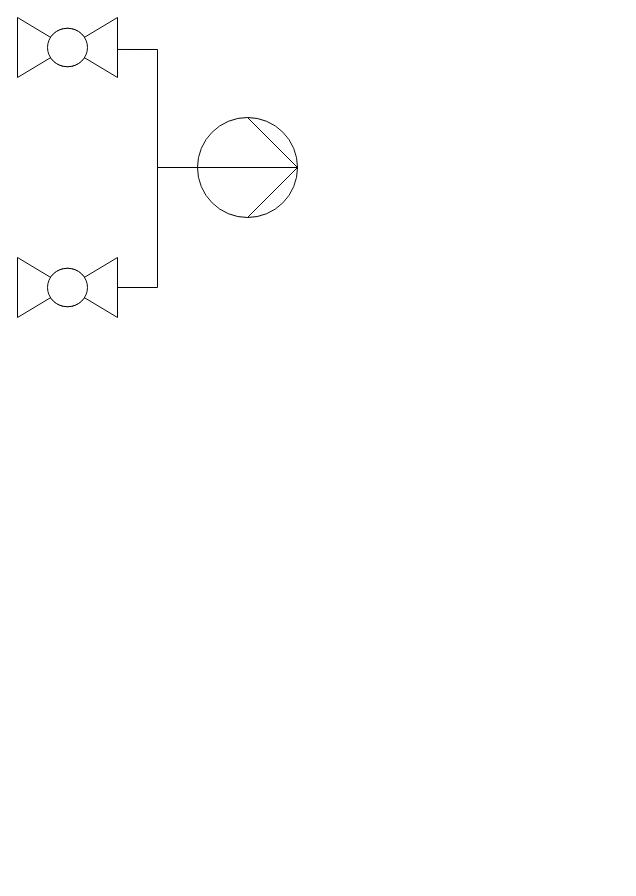
Above: Pool_V1.drawio in 100prznt/DrawIo (draw.io), before the change. Source tidied: cells renumbered, new cells numbered last; positions are measured from the earlier drawing's top-left corner, leaving out a move shared by most shapes. Both pictures are drawn from the tidied source at 100%, with x=0, y=0 at pixel (17, 17).
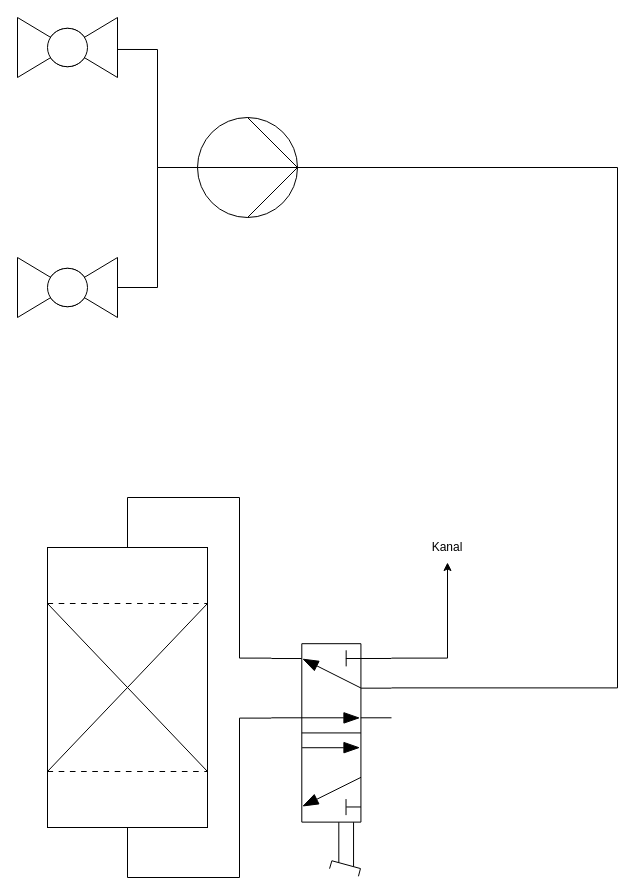
After the change.

The edit, as a diff of the source:
```diff
@@
 <mxGraphModel>
   <root>
     <mxCell id="0" />
     <mxCell id="1" parent="0" />
     <mxCell id="2" style="shape=mxgraph.pid.pumps_-_iso.pump_(centrifugal);html=1;align=center;verticalLabelPosition=bottom;verticalAlign=top;dashed=0;" parent="1" vertex="1">
       <mxGeometry x="180" y="100" width="100" height="100" as="geometry" />
     </mxCell>
     <mxCell id="3" style="verticalLabelPosition=bottom;align=center;html=1;verticalAlign=top;dashed=0;shape=mxgraph.pid2valves.valve;valveType=ball;" parent="1" vertex="1">
       <mxGeometry width="100" height="60" as="geometry" />
     </mxCell>
     <mxCell id="4" style="verticalLabelPosition=bottom;align=center;html=1;verticalAlign=top;dashed=0;shape=mxgraph.pid2valves.valve;valveType=ball;" parent="1" vertex="1">
       <mxGeometry y="240" width="100" height="60" as="geometry" />
     </mxCell>
     <mxCell id="5" style="edgeStyle=orthogonalEdgeStyle;rounded=0;jettySize=auto;html=1;exitX=0;exitY=0.5;exitDx=0;exitDy=0;exitPerimeter=0;entryX=1;entryY=0.533;entryDx=0;entryDy=0;entryPerimeter=0;endArrow=none;endFill=0;" parent="1" edge="1" source="2" target="3">
       <mxGeometry relative="1" as="geometry" />
     </mxCell>
     <mxCell id="6" style="edgeStyle=orthogonalEdgeStyle;rounded=0;jettySize=auto;html=1;exitX=0;exitY=0.5;exitDx=0;exitDy=0;exitPerimeter=0;entryX=1;entryY=0.5;entryDx=0;entryDy=0;entryPerimeter=0;endArrow=none;endFill=0;" parent="1" edge="1" source="2" target="4">
       <mxGeometry relative="1" as="geometry" />
     </mxCell>
+    <mxCell id="7" style="verticalLabelPosition=bottom;align=center;dashed=0;html=1;verticalAlign=top;shape=mxgraph.pid.filters.liquid_filter_(fixed_bed);" parent="1" vertex="1">
+      <mxGeometry x="30" y="530" width="160" height="280" as="geometry" />
+    </mxCell>
+    <mxCell id="8" style="edgeStyle=orthogonalEdgeStyle;rounded=0;jettySize=auto;html=1;exitX=0.938;exitY=1;exitDx=0;exitDy=0;exitPerimeter=0;" parent="1" edge="1" source="9" target="12">
+      <mxGeometry relative="1" as="geometry" />
+    </mxCell>
+    <mxCell id="9" style="verticalLabelPosition=bottom;html=1;verticalAlign=top;fillColor=strokeColor;align=center;outlineConnect=0;shape=mxgraph.fluid_power.x10400;points=[[0.68,0,0],[0.68,1,0],[0.938,0,0],[0.938,1,0],[0.81,1,0],[0.3,0.25,0],[0.425,0.75,0],[0.553,0.25,0],[0.553,0.75,0],[0.3,0.75,0]];rotation=-90;" parent="1" vertex="1">
+      <mxGeometry x="197.6" y="682.4" width="232.6" height="120.2" as="geometry" />
+    </mxCell>
+    <mxCell id="10" style="edgeStyle=orthogonalEdgeStyle;rounded=0;jettySize=auto;html=1;exitX=0.938;exitY=0;exitDx=0;exitDy=0;exitPerimeter=0;entryX=0.5;entryY=0;entryDx=0;entryDy=0;entryPerimeter=0;endArrow=none;endFill=0;" parent="1" edge="1" source="9" target="7">
+      <mxGeometry relative="1" as="geometry">
+        <Array as="points">
+          <mxPoint x="222" y="641" />
+          <mxPoint x="222" y="480" />
+          <mxPoint x="110" y="480" />
+        </Array>
+      </mxGeometry>
+    </mxCell>
+    <mxCell id="11" style="edgeStyle=orthogonalEdgeStyle;rounded=0;jettySize=auto;html=1;exitX=0.68;exitY=0;exitDx=0;exitDy=0;exitPerimeter=0;entryX=0.5;entryY=1;entryDx=0;entryDy=0;entryPerimeter=0;endArrow=none;endFill=0;" parent="1" edge="1" source="9" target="7">
+      <mxGeometry relative="1" as="geometry">
+        <Array as="points">
+          <mxPoint x="222" y="701" />
+          <mxPoint x="222" y="860" />
+          <mxPoint x="110" y="860" />
+        </Array>
+      </mxGeometry>
+    </mxCell>
+    <mxCell id="12" value="Kanal" style="text;html=1;align=center;verticalAlign=middle;whiteSpace=wrap;rounded=0;" parent="1" vertex="1">
+      <mxGeometry x="400" y="515" width="60" height="30" as="geometry" />
+    </mxCell>
+    <mxCell id="13" style="edgeStyle=orthogonalEdgeStyle;rounded=0;jettySize=auto;html=1;exitX=1;exitY=0.5;exitDx=0;exitDy=0;exitPerimeter=0;entryX=0.81;entryY=1;entryDx=0;entryDy=0;entryPerimeter=0;endArrow=none;endFill=0;" parent="1" edge="1" source="2" target="9">
+      <mxGeometry relative="1" as="geometry">
+        <Array as="points">
+          <mxPoint x="600" y="150" />
+          <mxPoint x="600" y="670" />
+        </Array>
+      </mxGeometry>
+    </mxCell>
   </root>
 </mxGraphModel>
```
